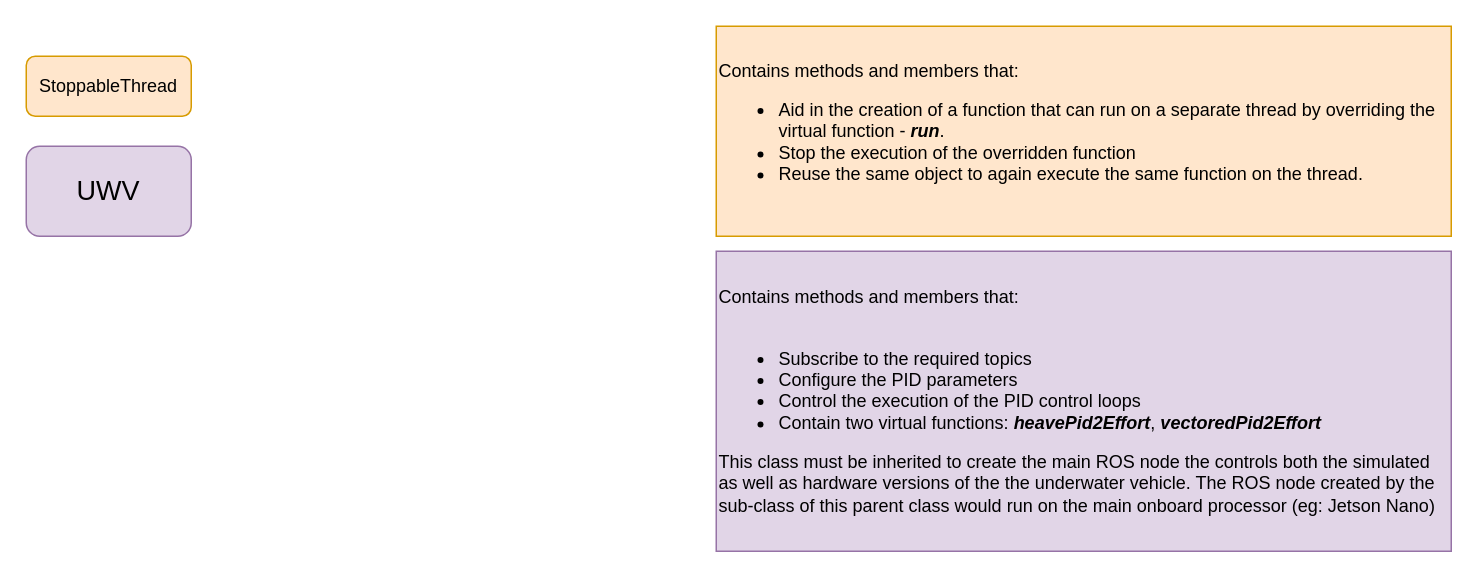
Before: docs/uwv-simulator-structure.drawio in auvsociety/uwv-simulator, a draw.io diagram. Source tidied: cells renumbered, new cells numbered last; positions are measured from the earlier drawing's top-left corner, leaving out a move shared by most shapes. Both pictures are drawn from the tidied source at 150%, with x=0, y=0 at pixel (26, 26).
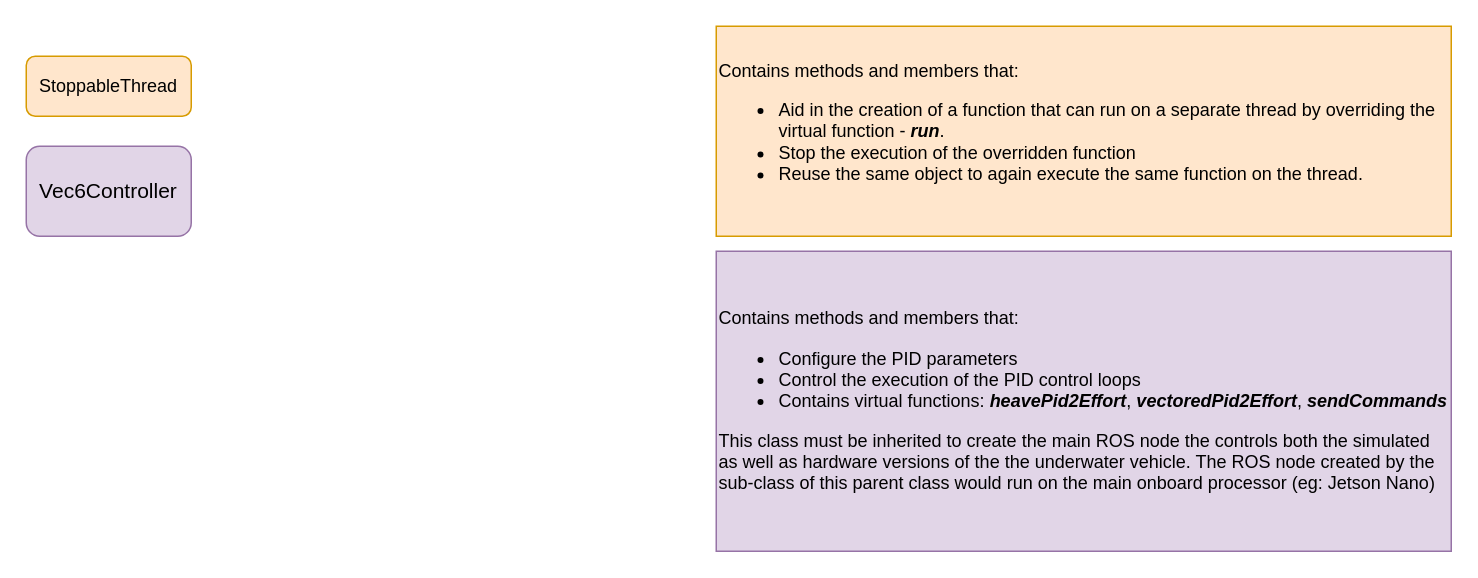
The same page after the edit.

Commit message (it also covers changes not shown here):
Impl Vec6Controller; updated docs

What changed in the source:
```diff
@@
 <mxGraphModel>
   <root>
     <mxCell id="0" />
     <mxCell id="1" parent="0" />
     <mxCell id="2" value="StoppableThread" style="rounded=1;whiteSpace=wrap;html=1;fillColor=#ffe6cc;strokeColor=#d79b00;" parent="1" vertex="1">
       <mxGeometry y="20" width="110" height="40" as="geometry" />
     </mxCell>
-    <mxCell id="3" value="&lt;font style=&quot;font-size: 18px&quot;&gt;UWV&lt;/font&gt;" style="rounded=1;whiteSpace=wrap;html=1;fillColor=#e1d5e7;strokeColor=#9673a6;" parent="1" vertex="1">
+    <mxCell id="3" value="&lt;font style=&quot;font-size: 14px&quot;&gt;Vec6Controller&lt;/font&gt;" style="rounded=1;whiteSpace=wrap;html=1;fillColor=#e1d5e7;strokeColor=#9673a6;" parent="1" vertex="1">
       <mxGeometry y="80" width="110" height="60" as="geometry" />
     </mxCell>
-    <mxCell id="4" value="Contains methods and members that:&lt;br&gt;&lt;br&gt;&lt;ul&gt;&lt;li&gt;Subscribe to the required topics&lt;/li&gt;&lt;li&gt;Configure the PID parameters&lt;/li&gt;&lt;li&gt;Control the execution of the PID control loops&lt;/li&gt;&lt;li&gt;Contain two virtual functions: &lt;i style=&quot;font-weight: bold&quot;&gt;heavePid2Effort&lt;/i&gt;, &lt;b&gt;&lt;i&gt;vectoredPid2Effort&lt;/i&gt;&lt;/b&gt;&lt;/li&gt;&lt;/ul&gt;&lt;div&gt;This class must be inherited to create the main ROS node the controls both the simulated as well as hardware versions of the the underwater vehicle. The ROS node created by the sub-class of this parent class would run on the main onboard processor (eg: Jetson Nano)&lt;/div&gt;" style="rounded=0;whiteSpace=wrap;html=1;fillColor=#e1d5e7;strokeColor=#9673a6;align=left;" parent="1" vertex="1">
+    <mxCell id="4" value="Contains methods and members that:&lt;br&gt;&lt;ul&gt;&lt;li&gt;Configure the PID parameters&lt;/li&gt;&lt;li&gt;Control the execution of the PID control loops&lt;/li&gt;&lt;li&gt;Contains virtual functions: &lt;i style=&quot;font-weight: bold&quot;&gt;heavePid2Effort&lt;/i&gt;, &lt;i style=&quot;font-weight: bold&quot;&gt;vectoredPid2Effort&lt;/i&gt;, &lt;b&gt;&lt;i&gt;sendCommands&lt;/i&gt;&lt;/b&gt;&lt;/li&gt;&lt;/ul&gt;&lt;div&gt;This class must be inherited to create the main ROS node the controls both the simulated as well as hardware versions of the the underwater vehicle. The ROS node created by the sub-class of this parent class would run on the main onboard processor (eg: Jetson Nano)&lt;/div&gt;" style="rounded=0;whiteSpace=wrap;html=1;fillColor=#e1d5e7;strokeColor=#9673a6;align=left;" parent="1" vertex="1">
       <mxGeometry x="460" y="150" width="490" height="200" as="geometry" />
     </mxCell>
     <mxCell id="5" value="Contains methods and members that:&lt;br&gt;&lt;ul&gt;&lt;li&gt;Aid in the creation of a function that can run on a separate thread by overriding the virtual function - &lt;i style=&quot;font-weight: bold&quot;&gt;run&lt;/i&gt;.&lt;/li&gt;&lt;li&gt;Stop the execution of the overridden function&lt;/li&gt;&lt;li&gt;Reuse the same object to again execute the same function on the thread.&lt;/li&gt;&lt;/ul&gt;" style="rounded=0;whiteSpace=wrap;html=1;fillColor=#ffe6cc;align=left;strokeColor=#d79b00;perimeterSpacing=2;" parent="1" vertex="1">
       <mxGeometry x="460" width="490" height="140" as="geometry" />
     </mxCell>
   </root>
 </mxGraphModel>
```
